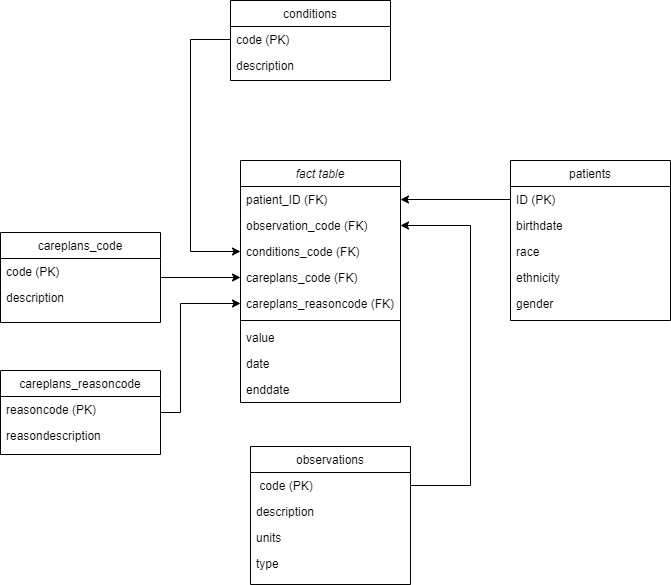
The draw.io diagram images/star_schema.png in Fuenfgeld/DMA2022DataProjectC, before a commit. Source tidied: cells renumbered, new cells last; positions are measured from the earlier drawing's top-left corner, leaving out a move shared by most shapes. Source of this version:
```xml
<mxGraphModel>
  <root>
    <mxCell id="0" />
    <mxCell id="1" parent="0" />
    <mxCell id="2" value="fact table" style="swimlane;fontStyle=2;align=center;verticalAlign=top;horizontal=1;startSize=26;rounded=0;shadow=0;strokeWidth=1;" parent="1" vertex="1">
      <mxGeometry x="240" y="160" width="160" height="242" as="geometry" />
    </mxCell>
    <mxCell id="3" value="patient_ID (FK)" style="text;align=left;verticalAlign=top;spacingLeft=4;spacingRight=4;overflow=hidden;points=[[0,0.5],[1,0.5]];portConstraint=eastwest;fontStyle=0;" parent="2" vertex="1">
      <mxGeometry y="26" width="160" height="26" as="geometry" />
    </mxCell>
    <mxCell id="4" value="observation_code (FK)" style="text;align=left;verticalAlign=top;spacingLeft=4;spacingRight=4;overflow=hidden;points=[[0,0.5],[1,0.5]];portConstraint=eastwest;rounded=0;shadow=0;html=0;fontStyle=0;" parent="2" vertex="1">
      <mxGeometry y="52" width="160" height="26" as="geometry" />
    </mxCell>
    <mxCell id="5" value="conditions_code (FK)" style="text;align=left;verticalAlign=top;spacingLeft=4;spacingRight=4;overflow=hidden;points=[[0,0.5],[1,0.5]];portConstraint=eastwest;rounded=0;shadow=0;html=0;fontStyle=0;" parent="2" vertex="1">
      <mxGeometry y="78" width="160" height="26" as="geometry" />
    </mxCell>
    <mxCell id="6" value="careplans_code (FK)" style="text;align=left;verticalAlign=top;spacingLeft=4;spacingRight=4;overflow=hidden;points=[[0,0.5],[1,0.5]];portConstraint=eastwest;rounded=0;shadow=0;html=0;fontStyle=0;" parent="2" vertex="1">
      <mxGeometry y="104" width="160" height="26" as="geometry" />
    </mxCell>
    <mxCell id="7" value="careplans_reasoncode (FK)" style="text;align=left;verticalAlign=top;spacingLeft=4;spacingRight=4;overflow=hidden;points=[[0,0.5],[1,0.5]];portConstraint=eastwest;rounded=0;shadow=0;html=0;fontStyle=0;" parent="2" vertex="1">
      <mxGeometry y="130" width="160" height="26" as="geometry" />
    </mxCell>
    <mxCell id="8" style="line;html=1;strokeWidth=1;align=left;verticalAlign=middle;spacingTop=-1;spacingLeft=3;spacingRight=3;labelPosition=right;" parent="2" vertex="1">
      <mxGeometry y="156" width="160" height="8" as="geometry" />
    </mxCell>
    <mxCell id="9" value="value" style="text;align=left;verticalAlign=top;spacingLeft=4;spacingRight=4;overflow=hidden;" parent="2" vertex="1">
      <mxGeometry y="164" width="160" height="26" as="geometry" />
    </mxCell>
    <mxCell id="10" value="date" style="text;align=left;verticalAlign=top;spacingLeft=4;spacingRight=4;overflow=hidden;points=[[0,0.5],[1,0.5]];portConstraint=eastwest;" parent="2" vertex="1">
      <mxGeometry y="190" width="160" height="26" as="geometry" />
    </mxCell>
    <mxCell id="11" value="enddate" style="text;align=left;verticalAlign=top;spacingLeft=4;spacingRight=4;overflow=hidden;points=[[0,0.5],[1,0.5]];portConstraint=eastwest;" parent="2" vertex="1">
      <mxGeometry y="216" width="160" height="26" as="geometry" />
    </mxCell>
    <mxCell id="12" style="edgeStyle=orthogonalEdgeStyle;rounded=0;jettySize=auto;html=1;entryX=0;entryY=0.5;entryDx=0;entryDy=0;" parent="1" edge="1" source="13" target="6">
      <mxGeometry relative="1" as="geometry" />
    </mxCell>
    <mxCell id="13" value="careplans_code" style="swimlane;fontStyle=0;align=center;verticalAlign=top;horizontal=1;startSize=26;rounded=0;shadow=0;strokeWidth=1;" parent="1" vertex="1">
      <mxGeometry y="232" width="160" height="90" as="geometry" />
    </mxCell>
    <mxCell id="14" value="code (PK)" style="text;align=left;verticalAlign=top;spacingLeft=4;spacingRight=4;overflow=hidden;fontStyle=0;" parent="13" vertex="1">
      <mxGeometry y="26" width="160" height="26" as="geometry" />
    </mxCell>
    <mxCell id="15" value="description" style="text;align=left;verticalAlign=top;spacingLeft=4;spacingRight=4;overflow=hidden;rounded=0;shadow=0;html=0;" parent="13" vertex="1">
      <mxGeometry y="52" width="160" height="26" as="geometry" />
    </mxCell>
    <mxCell id="16" value="observations" style="swimlane;fontStyle=0;align=center;verticalAlign=top;horizontal=1;startSize=26;rounded=0;shadow=0;strokeWidth=1;" parent="1" vertex="1">
      <mxGeometry x="250" y="446" width="160" height="138" as="geometry" />
    </mxCell>
    <mxCell id="17" value=" code (PK)" style="text;align=left;verticalAlign=top;spacingLeft=4;spacingRight=4;overflow=hidden;points=[[0,0.5],[1,0.5]];portConstraint=eastwest;fontStyle=0;" parent="16" vertex="1">
      <mxGeometry y="26" width="160" height="26" as="geometry" />
    </mxCell>
    <mxCell id="18" value="description" style="text;align=left;verticalAlign=top;spacingLeft=4;spacingRight=4;overflow=hidden;" parent="16" vertex="1">
      <mxGeometry y="52" width="160" height="26" as="geometry" />
    </mxCell>
    <mxCell id="19" value="units" style="text;align=left;verticalAlign=top;spacingLeft=4;spacingRight=4;overflow=hidden;" parent="16" vertex="1">
      <mxGeometry y="78" width="160" height="26" as="geometry" />
    </mxCell>
    <mxCell id="20" value="type" style="text;align=left;verticalAlign=top;spacingLeft=4;spacingRight=4;overflow=hidden;" parent="16" vertex="1">
      <mxGeometry y="104" width="160" height="26" as="geometry" />
    </mxCell>
    <mxCell id="21" value="patients" style="swimlane;fontStyle=0;align=center;verticalAlign=top;horizontal=1;startSize=26;rounded=0;shadow=0;strokeWidth=1;" parent="1" vertex="1">
      <mxGeometry x="510" y="160" width="160" height="160" as="geometry" />
    </mxCell>
    <mxCell id="22" value="ID (PK)" style="text;align=left;verticalAlign=top;spacingLeft=4;spacingRight=4;overflow=hidden;points=[[0,0.5],[1,0.5]];portConstraint=eastwest;fontStyle=0;" parent="21" vertex="1">
      <mxGeometry y="26" width="160" height="26" as="geometry" />
    </mxCell>
    <mxCell id="23" value="birthdate" style="text;align=left;verticalAlign=top;spacingLeft=4;spacingRight=4;overflow=hidden;rounded=0;shadow=0;html=0;" parent="21" vertex="1">
      <mxGeometry y="52" width="160" height="26" as="geometry" />
    </mxCell>
    <mxCell id="24" value="race    " style="text;align=left;verticalAlign=top;spacingLeft=4;spacingRight=4;overflow=hidden;rounded=0;shadow=0;html=0;" parent="21" vertex="1">
      <mxGeometry y="78" width="160" height="26" as="geometry" />
    </mxCell>
    <mxCell id="25" value="ethnicity" style="text;align=left;verticalAlign=top;spacingLeft=4;spacingRight=4;overflow=hidden;rounded=0;shadow=0;html=0;" parent="21" vertex="1">
      <mxGeometry y="104" width="160" height="26" as="geometry" />
    </mxCell>
    <mxCell id="26" value="gender" style="text;align=left;verticalAlign=top;spacingLeft=4;spacingRight=4;overflow=hidden;rounded=0;shadow=0;html=0;" parent="21" vertex="1">
      <mxGeometry y="130" width="160" height="26" as="geometry" />
    </mxCell>
    <mxCell id="27" style="edgeStyle=orthogonalEdgeStyle;rounded=0;jettySize=auto;html=1;entryX=0;entryY=0.5;entryDx=0;entryDy=0;" parent="1" edge="1" source="28" target="7">
      <mxGeometry relative="1" as="geometry">
        <Array as="points">
          <mxPoint x="180" y="412" />
          <mxPoint x="180" y="303" />
        </Array>
      </mxGeometry>
    </mxCell>
    <mxCell id="28" value="careplans_reasoncode" style="swimlane;fontStyle=0;align=center;verticalAlign=top;horizontal=1;startSize=26;rounded=0;shadow=0;strokeWidth=1;" parent="1" vertex="1">
      <mxGeometry y="370" width="160" height="84" as="geometry" />
    </mxCell>
    <mxCell id="29" value="reasoncode (PK)" style="text;align=left;verticalAlign=top;spacingLeft=4;spacingRight=4;overflow=hidden;fontStyle=0;" parent="28" vertex="1">
      <mxGeometry y="26" width="160" height="26" as="geometry" />
    </mxCell>
    <mxCell id="30" value="reasondescription" style="text;align=left;verticalAlign=top;spacingLeft=4;spacingRight=4;overflow=hidden;rounded=0;shadow=0;html=0;" parent="28" vertex="1">
      <mxGeometry y="52" width="160" height="26" as="geometry" />
    </mxCell>
    <mxCell id="31" value="conditions" style="swimlane;fontStyle=0;align=center;verticalAlign=top;horizontal=1;startSize=26;rounded=0;shadow=0;strokeWidth=1;" parent="1" vertex="1">
      <mxGeometry x="230" width="160" height="80" as="geometry" />
    </mxCell>
    <mxCell id="32" value="code (PK)" style="text;align=left;verticalAlign=top;spacingLeft=4;spacingRight=4;overflow=hidden;points=[[0,0.5],[1,0.5]];portConstraint=eastwest;fontStyle=0;" parent="31" vertex="1">
      <mxGeometry y="26" width="160" height="26" as="geometry" />
    </mxCell>
    <mxCell id="33" value="description" style="text;align=left;verticalAlign=top;spacingLeft=4;spacingRight=4;overflow=hidden;rounded=0;shadow=0;html=0;" parent="31" vertex="1">
      <mxGeometry y="52" width="160" height="26" as="geometry" />
    </mxCell>
    <mxCell id="34" style="endArrow=classic;html=1;rounded=0;exitX=1;exitY=0.5;exitDx=0;exitDy=0;entryX=1;entryY=0.5;entryDx=0;entryDy=0;edgeStyle=orthogonalEdgeStyle;" parent="1" edge="1" source="17" target="4">
      <mxGeometry relative="1" as="geometry">
        <Array as="points">
          <mxPoint x="470" y="485" />
          <mxPoint x="470" y="225" />
        </Array>
      </mxGeometry>
    </mxCell>
    <mxCell id="35" style="edgeStyle=orthogonalEdgeStyle;rounded=0;jettySize=auto;html=1;exitX=0;exitY=0.5;exitDx=0;exitDy=0;entryX=1;entryY=0.5;entryDx=0;entryDy=0;" parent="1" edge="1" source="22" target="3">
      <mxGeometry relative="1" as="geometry" />
    </mxCell>
    <mxCell id="36" style="endArrow=classic;html=1;rounded=0;entryX=0;entryY=0.5;entryDx=0;entryDy=0;exitX=0;exitY=0.5;exitDx=0;exitDy=0;edgeStyle=orthogonalEdgeStyle;" parent="1" edge="1" source="32" target="5">
      <mxGeometry relative="1" as="geometry">
        <Array as="points">
          <mxPoint x="190" y="39" />
          <mxPoint x="190" y="251" />
        </Array>
      </mxGeometry>
    </mxCell>
  </root>
</mxGraphModel>
```
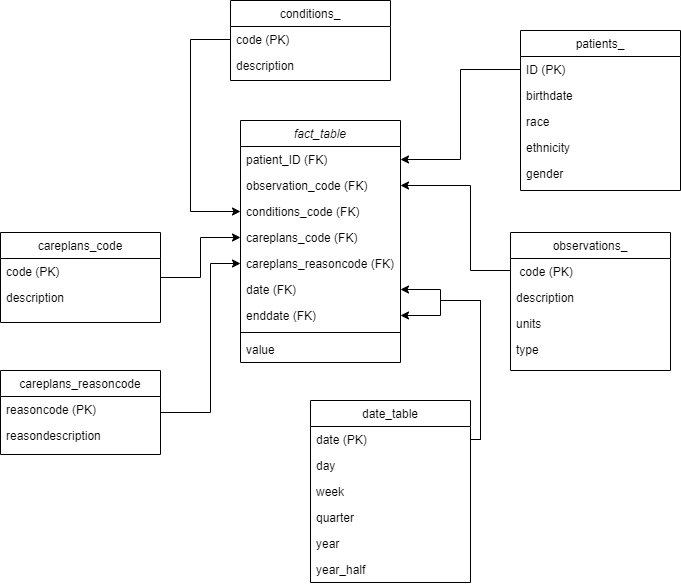
After the commit.

Commit message:
insert date table #36

Diff of the diagram source:
```diff
@@ -2,8 +2,8 @@
   <root>
     <mxCell id="0" />
     <mxCell id="1" parent="0" />
-    <mxCell id="2" value="fact table" style="swimlane;fontStyle=2;align=center;verticalAlign=top;horizontal=1;startSize=26;rounded=0;shadow=0;strokeWidth=1;" parent="1" vertex="1">
-      <mxGeometry x="240" y="160" width="160" height="242" as="geometry" />
+    <mxCell id="2" value="fact_table" style="swimlane;fontStyle=2;align=center;verticalAlign=top;horizontal=1;startSize=26;rounded=0;shadow=0;strokeWidth=1;" parent="1" vertex="1">
+      <mxGeometry x="240" y="120" width="160" height="242" as="geometry" />
     </mxCell>
     <mxCell id="3" value="patient_ID (FK)" style="text;align=left;verticalAlign=top;spacingLeft=4;spacingRight=4;overflow=hidden;points=[[0,0.5],[1,0.5]];portConstraint=eastwest;fontStyle=0;" parent="2" vertex="1">
       <mxGeometry y="26" width="160" height="26" as="geometry" />
@@ -20,18 +20,18 @@
     <mxCell id="7" value="careplans_reasoncode (FK)" style="text;align=left;verticalAlign=top;spacingLeft=4;spacingRight=4;overflow=hidden;points=[[0,0.5],[1,0.5]];portConstraint=eastwest;rounded=0;shadow=0;html=0;fontStyle=0;" parent="2" vertex="1">
       <mxGeometry y="130" width="160" height="26" as="geometry" />
     </mxCell>
+    <mxCell id="10" value="date (FK)" style="text;align=left;verticalAlign=top;spacingLeft=4;spacingRight=4;overflow=hidden;points=[[0,0.5],[1,0.5]];portConstraint=eastwest;" parent="2" vertex="1">
+      <mxGeometry y="156" width="160" height="26" as="geometry" />
+    </mxCell>
+    <mxCell id="11" value="enddate (FK)" style="text;align=left;verticalAlign=top;spacingLeft=4;spacingRight=4;overflow=hidden;points=[[0,0.5],[1,0.5]];portConstraint=eastwest;" parent="2" vertex="1">
+      <mxGeometry y="182" width="160" height="26" as="geometry" />
+    </mxCell>
     <mxCell id="8" style="line;html=1;strokeWidth=1;align=left;verticalAlign=middle;spacingTop=-1;spacingLeft=3;spacingRight=3;labelPosition=right;" parent="2" vertex="1">
-      <mxGeometry y="156" width="160" height="8" as="geometry" />
+      <mxGeometry y="208" width="160" height="8" as="geometry" />
     </mxCell>
     <mxCell id="9" value="value" style="text;align=left;verticalAlign=top;spacingLeft=4;spacingRight=4;overflow=hidden;" parent="2" vertex="1">
-      <mxGeometry y="164" width="160" height="26" as="geometry" />
+      <mxGeometry y="216" width="160" height="26" as="geometry" />
     </mxCell>
-    <mxCell id="10" value="date" style="text;align=left;verticalAlign=top;spacingLeft=4;spacingRight=4;overflow=hidden;points=[[0,0.5],[1,0.5]];portConstraint=eastwest;" parent="2" vertex="1">
-      <mxGeometry y="190" width="160" height="26" as="geometry" />
-    </mxCell>
-    <mxCell id="11" value="enddate" style="text;align=left;verticalAlign=top;spacingLeft=4;spacingRight=4;overflow=hidden;points=[[0,0.5],[1,0.5]];portConstraint=eastwest;" parent="2" vertex="1">
-      <mxGeometry y="216" width="160" height="26" as="geometry" />
-    </mxCell>
     <mxCell id="12" style="edgeStyle=orthogonalEdgeStyle;rounded=0;jettySize=auto;html=1;entryX=0;entryY=0.5;entryDx=0;entryDy=0;" parent="1" edge="1" source="13" target="6">
       <mxGeometry relative="1" as="geometry" />
     </mxCell>
@@ -44,8 +44,8 @@
     <mxCell id="15" value="description" style="text;align=left;verticalAlign=top;spacingLeft=4;spacingRight=4;overflow=hidden;rounded=0;shadow=0;html=0;" parent="13" vertex="1">
       <mxGeometry y="52" width="160" height="26" as="geometry" />
     </mxCell>
-    <mxCell id="16" value="observations" style="swimlane;fontStyle=0;align=center;verticalAlign=top;horizontal=1;startSize=26;rounded=0;shadow=0;strokeWidth=1;" parent="1" vertex="1">
-      <mxGeometry x="250" y="446" width="160" height="138" as="geometry" />
+    <mxCell id="16" value="observations_" style="swimlane;fontStyle=0;align=center;verticalAlign=top;horizontal=1;startSize=26;rounded=0;shadow=0;strokeWidth=1;" parent="1" vertex="1">
+      <mxGeometry x="510" y="232" width="160" height="138" as="geometry" />
     </mxCell>
     <mxCell id="17" value=" code (PK)" style="text;align=left;verticalAlign=top;spacingLeft=4;spacingRight=4;overflow=hidden;points=[[0,0.5],[1,0.5]];portConstraint=eastwest;fontStyle=0;" parent="16" vertex="1">
       <mxGeometry y="26" width="160" height="26" as="geometry" />
@@ -59,8 +59,8 @@
     <mxCell id="20" value="type" style="text;align=left;verticalAlign=top;spacingLeft=4;spacingRight=4;overflow=hidden;" parent="16" vertex="1">
       <mxGeometry y="104" width="160" height="26" as="geometry" />
     </mxCell>
-    <mxCell id="21" value="patients" style="swimlane;fontStyle=0;align=center;verticalAlign=top;horizontal=1;startSize=26;rounded=0;shadow=0;strokeWidth=1;" parent="1" vertex="1">
-      <mxGeometry x="510" y="160" width="160" height="160" as="geometry" />
+    <mxCell id="21" value="patients_" style="swimlane;fontStyle=0;align=center;verticalAlign=top;horizontal=1;startSize=26;rounded=0;shadow=0;strokeWidth=1;" parent="1" vertex="1">
+      <mxGeometry x="520" y="30" width="160" height="160" as="geometry" />
     </mxCell>
     <mxCell id="22" value="ID (PK)" style="text;align=left;verticalAlign=top;spacingLeft=4;spacingRight=4;overflow=hidden;points=[[0,0.5],[1,0.5]];portConstraint=eastwest;fontStyle=0;" parent="21" vertex="1">
       <mxGeometry y="26" width="160" height="26" as="geometry" />
@@ -80,8 +80,8 @@
     <mxCell id="27" style="edgeStyle=orthogonalEdgeStyle;rounded=0;jettySize=auto;html=1;entryX=0;entryY=0.5;entryDx=0;entryDy=0;" parent="1" edge="1" source="28" target="7">
       <mxGeometry relative="1" as="geometry">
         <Array as="points">
-          <mxPoint x="180" y="412" />
-          <mxPoint x="180" y="303" />
+          <mxPoint x="210" y="412" />
+          <mxPoint x="210" y="263" />
         </Array>
       </mxGeometry>
     </mxCell>
@@ -94,7 +94,7 @@
     <mxCell id="30" value="reasondescription" style="text;align=left;verticalAlign=top;spacingLeft=4;spacingRight=4;overflow=hidden;rounded=0;shadow=0;html=0;" parent="28" vertex="1">
       <mxGeometry y="52" width="160" height="26" as="geometry" />
     </mxCell>
-    <mxCell id="31" value="conditions" style="swimlane;fontStyle=0;align=center;verticalAlign=top;horizontal=1;startSize=26;rounded=0;shadow=0;strokeWidth=1;" parent="1" vertex="1">
+    <mxCell id="31" value="conditions_" style="swimlane;fontStyle=0;align=center;verticalAlign=top;horizontal=1;startSize=26;rounded=0;shadow=0;strokeWidth=1;" parent="1" vertex="1">
       <mxGeometry x="230" width="160" height="80" as="geometry" />
     </mxCell>
     <mxCell id="32" value="code (PK)" style="text;align=left;verticalAlign=top;spacingLeft=4;spacingRight=4;overflow=hidden;points=[[0,0.5],[1,0.5]];portConstraint=eastwest;fontStyle=0;" parent="31" vertex="1">
@@ -103,11 +103,12 @@
     <mxCell id="33" value="description" style="text;align=left;verticalAlign=top;spacingLeft=4;spacingRight=4;overflow=hidden;rounded=0;shadow=0;html=0;" parent="31" vertex="1">
       <mxGeometry y="52" width="160" height="26" as="geometry" />
     </mxCell>
-    <mxCell id="34" style="endArrow=classic;html=1;rounded=0;exitX=1;exitY=0.5;exitDx=0;exitDy=0;entryX=1;entryY=0.5;entryDx=0;entryDy=0;edgeStyle=orthogonalEdgeStyle;" parent="1" edge="1" source="17" target="4">
+    <mxCell id="34" style="endArrow=classic;html=1;rounded=0;exitX=0;exitY=0.5;exitDx=0;exitDy=0;entryX=1;entryY=0.5;entryDx=0;entryDy=0;edgeStyle=orthogonalEdgeStyle;" parent="1" edge="1" source="17" target="4">
       <mxGeometry relative="1" as="geometry">
         <Array as="points">
-          <mxPoint x="470" y="485" />
-          <mxPoint x="470" y="225" />
+          <mxPoint x="510" y="270" />
+          <mxPoint x="470" y="270" />
+          <mxPoint x="470" y="185" />
         </Array>
       </mxGeometry>
     </mxCell>
@@ -118,9 +119,50 @@
       <mxGeometry relative="1" as="geometry">
         <Array as="points">
           <mxPoint x="190" y="39" />
-          <mxPoint x="190" y="251" />
+          <mxPoint x="190" y="211" />
         </Array>
       </mxGeometry>
     </mxCell>
+    <mxCell id="37" value="date_table" style="swimlane;fontStyle=0;align=center;verticalAlign=top;horizontal=1;startSize=26;rounded=0;shadow=0;strokeWidth=1;" parent="1" vertex="1">
+      <mxGeometry x="310" y="400" width="160" height="182" as="geometry" />
+    </mxCell>
+    <mxCell id="38" value="date (PK)" style="text;align=left;verticalAlign=top;spacingLeft=4;spacingRight=4;overflow=hidden;points=[[0,0.5],[1,0.5]];portConstraint=eastwest;fontStyle=0;" parent="37" vertex="1">
+      <mxGeometry y="26" width="160" height="26" as="geometry" />
+    </mxCell>
+    <mxCell id="39" value="day" style="text;align=left;verticalAlign=top;spacingLeft=4;spacingRight=4;overflow=hidden;rounded=0;shadow=0;html=0;" parent="37" vertex="1">
+      <mxGeometry y="52" width="160" height="26" as="geometry" />
+    </mxCell>
+    <mxCell id="40" value="week" style="text;align=left;verticalAlign=top;spacingLeft=4;spacingRight=4;overflow=hidden;rounded=0;shadow=0;html=0;" parent="37" vertex="1">
+      <mxGeometry y="78" width="160" height="26" as="geometry" />
+    </mxCell>
+    <mxCell id="41" value="quarter" style="text;align=left;verticalAlign=top;spacingLeft=4;spacingRight=4;overflow=hidden;rounded=0;shadow=0;html=0;" parent="37" vertex="1">
+      <mxGeometry y="104" width="160" height="26" as="geometry" />
+    </mxCell>
+    <mxCell id="42" value="year    " style="text;align=left;verticalAlign=top;spacingLeft=4;spacingRight=4;overflow=hidden;rounded=0;shadow=0;html=0;" parent="37" vertex="1">
+      <mxGeometry y="130" width="160" height="26" as="geometry" />
+    </mxCell>
+    <mxCell id="43" value="year_half" style="text;align=left;verticalAlign=top;spacingLeft=4;spacingRight=4;overflow=hidden;rounded=0;shadow=0;html=0;" parent="37" vertex="1">
+      <mxGeometry y="156" width="160" height="26" as="geometry" />
+    </mxCell>
+    <mxCell id="44" style="endArrow=classic;html=1;rounded=0;entryX=1;entryY=0.5;entryDx=0;entryDy=0;exitX=1;exitY=0.5;exitDx=0;exitDy=0;edgeStyle=orthogonalEdgeStyle;" parent="1" edge="1" source="38" target="10">
+      <mxGeometry relative="1" as="geometry">
+        <Array as="points">
+          <mxPoint x="480" y="439" />
+          <mxPoint x="480" y="300" />
+          <mxPoint x="440" y="300" />
+          <mxPoint x="440" y="289" />
+        </Array>
+      </mxGeometry>
+    </mxCell>
+    <mxCell id="45" style="endArrow=classic;html=1;rounded=0;entryX=1;entryY=0.5;entryDx=0;entryDy=0;exitX=1;exitY=0.5;exitDx=0;exitDy=0;edgeStyle=orthogonalEdgeStyle;" parent="1" edge="1" source="38" target="11">
+      <mxGeometry relative="1" as="geometry">
+        <Array as="points">
+          <mxPoint x="480" y="439" />
+          <mxPoint x="480" y="300" />
+          <mxPoint x="440" y="300" />
+          <mxPoint x="440" y="315" />
+        </Array>
+      </mxGeometry>
+    </mxCell>
   </root>
 </mxGraphModel>
```
